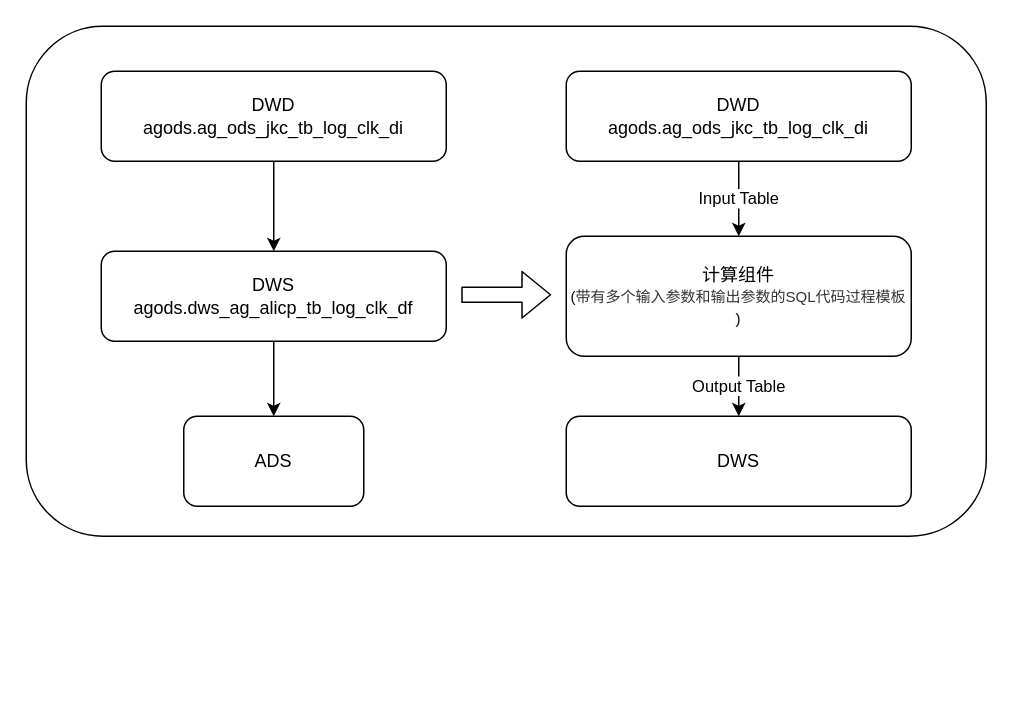
Above: Untitled Diagram.drawio in Ljy0231/picture (draw.io), before the change. Source tidied: cells renumbered, new cells numbered last; positions are measured from the earlier drawing's top-left corner, leaving out a move shared by most shapes. Both pictures are drawn from the tidied source at 150%, with x=0, y=0 at pixel (26, 26).
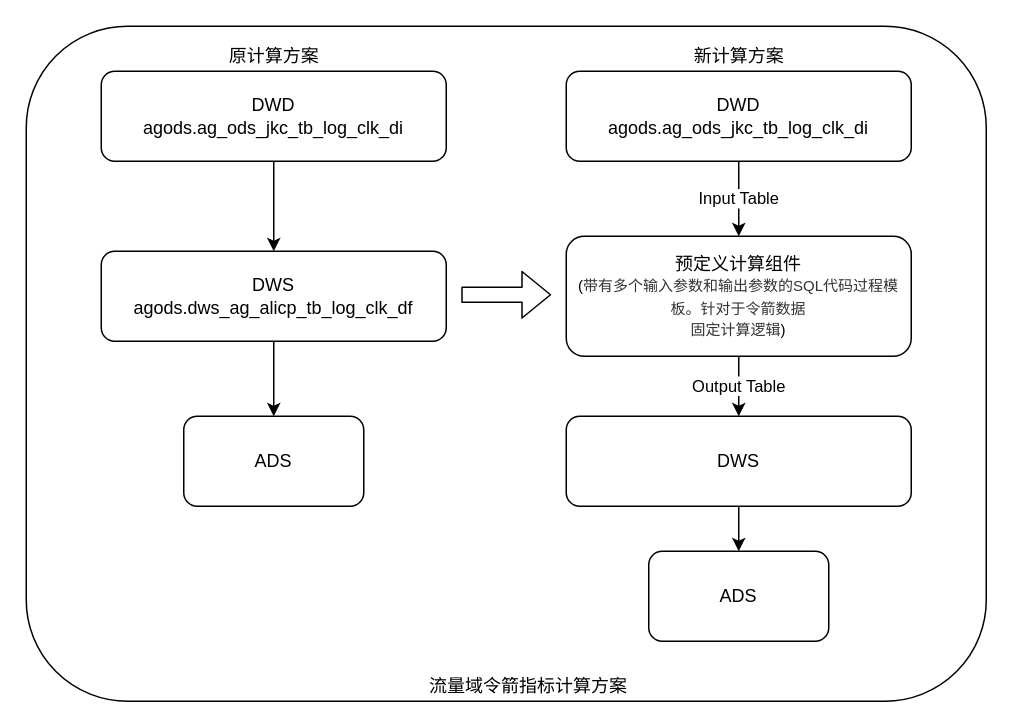
The same diagram, later.

Change to the diagram source:
```diff
@@
 <mxGraphModel>
   <root>
     <mxCell id="0" />
     <mxCell id="1" parent="0" />
     <mxCell id="2" style="rounded=1;whiteSpace=wrap;html=1;" parent="1" vertex="1">
-      <mxGeometry width="640" height="340" as="geometry" />
+      <mxGeometry width="640" height="450" as="geometry" />
     </mxCell>
     <mxCell id="3" style="edgeStyle=orthogonalEdgeStyle;rounded=0;jettySize=auto;html=1;entryX=0.5;entryY=0;entryDx=0;entryDy=0;" parent="1" edge="1" source="4" target="7">
       <mxGeometry relative="1" as="geometry" />
     </mxCell>
     <mxCell id="4" value="DWD&lt;br&gt;agods.ag_ods_jkc_tb_log_clk_di" style="rounded=1;whiteSpace=wrap;html=1;" parent="1" vertex="1">
       <mxGeometry x="50" y="30" width="230" height="60" as="geometry" />
     </mxCell>
     <mxCell id="5" value="ADS" style="rounded=1;whiteSpace=wrap;html=1;" parent="1" vertex="1">
       <mxGeometry x="105" y="260" width="120" height="60" as="geometry" />
     </mxCell>
     <mxCell id="6" style="edgeStyle=orthogonalEdgeStyle;rounded=0;jettySize=auto;html=1;entryX=0.5;entryY=0;entryDx=0;entryDy=0;" parent="1" edge="1" source="7" target="5">
       <mxGeometry relative="1" as="geometry" />
     </mxCell>
     <mxCell id="7" value="DWS&lt;br&gt;agods.dws_ag_alicp_tb_log_clk_df" style="rounded=1;whiteSpace=wrap;html=1;" parent="1" vertex="1">
       <mxGeometry x="50" y="150" width="230" height="60" as="geometry" />
     </mxCell>
     <mxCell id="8" value="Output Table" style="edgeStyle=orthogonalEdgeStyle;rounded=0;jettySize=auto;html=1;exitX=0.5;exitY=1;exitDx=0;exitDy=0;entryX=0.5;entryY=0;entryDx=0;entryDy=0;" parent="1" edge="1" source="9" target="13">
       <mxGeometry relative="1" as="geometry" />
     </mxCell>
-    <mxCell id="9" value="计算组件&lt;br&gt;&lt;font style=&quot;font-size: 10px&quot;&gt;(&lt;span style=&quot;color: rgb(51 , 51 , 51) ; text-align: left ; background-color: rgb(255 , 255 , 255) ; font-size: 10px&quot;&gt;带有多个输入参数和输出参数的SQL代码过程模板&lt;/span&gt;&lt;br style=&quot;font-size: 10px&quot;&gt;)&lt;/font&gt;" style="rounded=1;whiteSpace=wrap;html=1;" parent="1" vertex="1">
+    <mxCell id="9" value="预定义计算组件&lt;br&gt;&lt;font style=&quot;font-size: 10px&quot;&gt;(&lt;span style=&quot;color: rgb(51 , 51 , 51) ; text-align: left ; background-color: rgb(255 , 255 , 255) ; font-size: 10px&quot;&gt;带有多个输入参数和输出参数的SQL代码过程模板。&lt;/span&gt;&lt;span style=&quot;color: rgb(51 , 51 , 51) ; text-align: left ; background-color: rgb(255 , 255 , 255)&quot;&gt;针对于令箭数据&lt;/span&gt;&lt;span style=&quot;color: rgb(51 , 51 , 51) ; text-align: left ; background-color: rgb(255 , 255 , 255) ; font-size: 10px&quot;&gt;&lt;br&gt;固定计算逻辑&lt;/span&gt;)&lt;/font&gt;" style="rounded=1;whiteSpace=wrap;html=1;" parent="1" vertex="1">
       <mxGeometry x="360" y="140" width="230" height="80" as="geometry" />
     </mxCell>
     <mxCell id="10" style="shape=flexArrow;endArrow=classic;html=1;" parent="1" edge="1">
       <mxGeometry relative="1" as="geometry">
         <mxPoint x="290" y="179" as="sourcePoint" />
         <mxPoint x="350" y="179" as="targetPoint" />
       </mxGeometry>
     </mxCell>
     <mxCell id="11" value="Input Table" style="edgeStyle=orthogonalEdgeStyle;rounded=0;jettySize=auto;html=1;exitX=0.5;exitY=1;exitDx=0;exitDy=0;entryX=0.5;entryY=0;entryDx=0;entryDy=0;" parent="1" edge="1" source="12" target="9">
       <mxGeometry relative="1" as="geometry" />
     </mxCell>
     <mxCell id="12" value="DWD&lt;br&gt;agods.ag_ods_jkc_tb_log_clk_di" style="rounded=1;whiteSpace=wrap;html=1;" parent="1" vertex="1">
       <mxGeometry x="360" y="30" width="230" height="60" as="geometry" />
     </mxCell>
+    <mxCell id="14" style="edgeStyle=orthogonalEdgeStyle;rounded=0;jettySize=auto;html=1;" parent="1" edge="1" source="13" target="17">
+      <mxGeometry relative="1" as="geometry" />
+    </mxCell>
     <mxCell id="13" value="DWS" style="rounded=1;whiteSpace=wrap;html=1;" parent="1" vertex="1">
       <mxGeometry x="360" y="260" width="230" height="60" as="geometry" />
     </mxCell>
+    <mxCell id="15" value="原计算方案" style="text;html=1;strokeColor=none;fillColor=none;align=center;verticalAlign=middle;whiteSpace=wrap;rounded=0;" parent="1" vertex="1">
+      <mxGeometry x="132.5" y="10" width="65" height="20" as="geometry" />
+    </mxCell>
+    <mxCell id="16" value="新计算方案" style="text;html=1;strokeColor=none;fillColor=none;align=center;verticalAlign=middle;whiteSpace=wrap;rounded=0;" parent="1" vertex="1">
+      <mxGeometry x="442.5" y="10" width="65" height="20" as="geometry" />
+    </mxCell>
+    <mxCell id="17" value="ADS" style="rounded=1;whiteSpace=wrap;html=1;" parent="1" vertex="1">
+      <mxGeometry x="415" y="350" width="120" height="60" as="geometry" />
+    </mxCell>
+    <mxCell id="18" value="流量域令箭指标计算方案" style="text;html=1;strokeColor=none;fillColor=none;align=center;verticalAlign=middle;whiteSpace=wrap;rounded=0;" parent="1" vertex="1">
+      <mxGeometry x="255" y="430" width="160" height="20" as="geometry" />
+    </mxCell>
   </root>
 </mxGraphModel>
```
